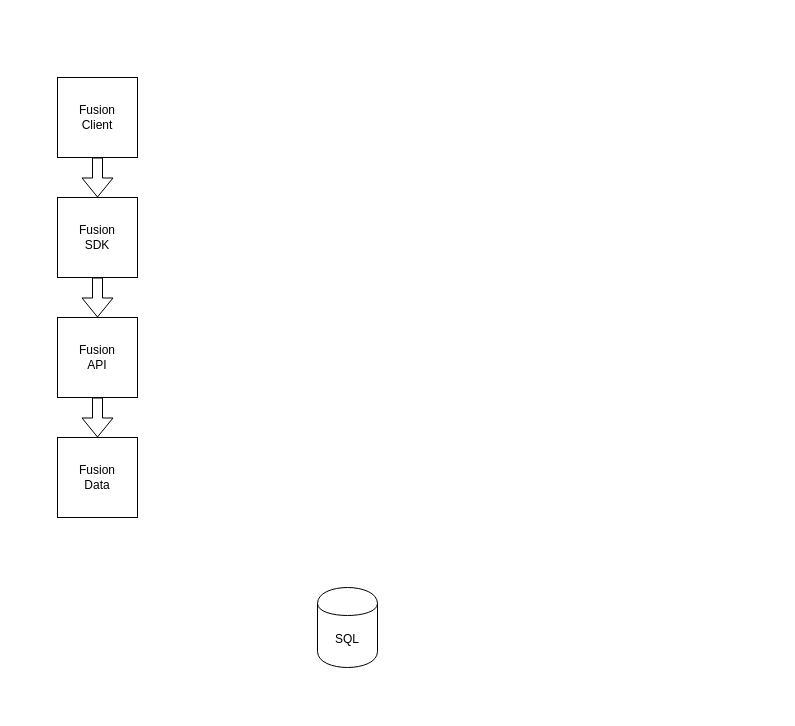
This is App Overview.drawio from hopgator/db, a draw.io file, before an edit. Source tidied: cells renumbered, new cells numbered last; positions are measured from the earlier drawing's top-left corner, leaving out a move shared by most shapes. Both pictures are drawn from the tidied source at 100%, with x=0, y=0 at pixel (57, 77).
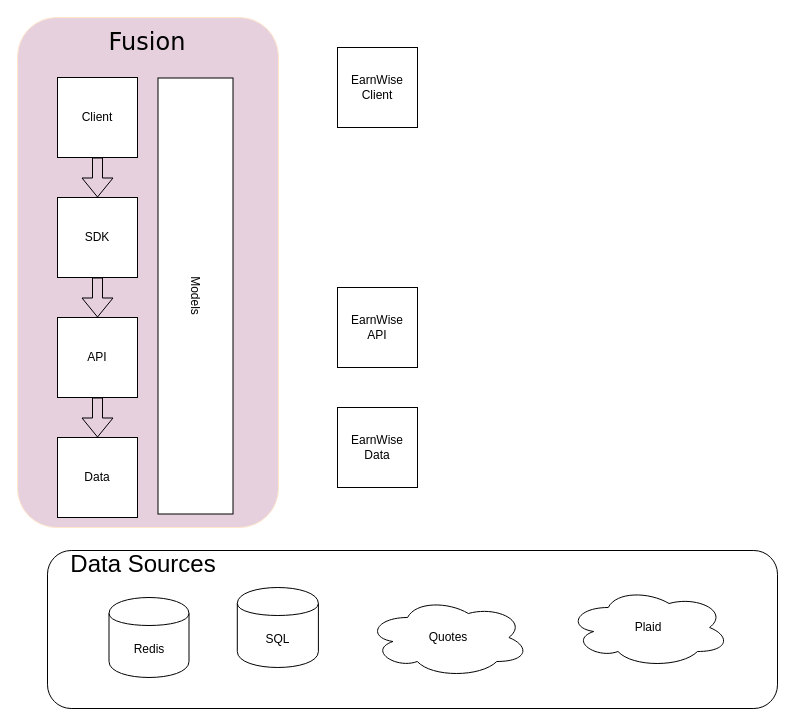
The same diagram, later.

Diff of the diagram source:
```diff
@@
+    <mxCell id="10" style="rounded=1;whiteSpace=wrap;html=1;" parent="1" vertex="1">
+      <mxGeometry x="-10" y="473" width="730" height="158" as="geometry" />
+    </mxCell>
+    <mxCell id="11" style="rounded=1;whiteSpace=wrap;html=1;fillColor=#E6D0DE;strokeColor=#FFE6CC;" parent="1" vertex="1">
+      <mxGeometry x="-40" y="-60" width="261" height="510" as="geometry" />
+    </mxCell>
@@
-    <mxCell id="3" value="Fusion&lt;br&gt;Client" style="whiteSpace=wrap;html=1;" parent="1" vertex="1">
+    <mxCell id="3" value="Client" style="whiteSpace=wrap;html=1;" parent="1" vertex="1">
       <mxGeometry width="80" height="80" as="geometry" />
     </mxCell>
@@
-    <mxCell id="5" value="Fusion&lt;br&gt;SDK&lt;br&gt;" style="whiteSpace=wrap;html=1;" parent="1" vertex="1">
+    <mxCell id="5" value="SDK&lt;br&gt;" style="whiteSpace=wrap;html=1;" parent="1" vertex="1">
       <mxGeometry y="120" width="80" height="80" as="geometry" />
     </mxCell>
@@
-    <mxCell id="7" value="Fusion&lt;br&gt;API&lt;br&gt;" style="whiteSpace=wrap;html=1;" parent="1" vertex="1">
+    <mxCell id="7" value="API&lt;br&gt;" style="whiteSpace=wrap;html=1;" parent="1" vertex="1">
       <mxGeometry y="240" width="80" height="80" as="geometry" />
     </mxCell>
-    <mxCell id="8" value="Fusion&lt;br&gt;Data&lt;br&gt;" style="whiteSpace=wrap;html=1;" parent="1" vertex="1">
+    <mxCell id="8" value="Data&lt;br&gt;" style="whiteSpace=wrap;html=1;" parent="1" vertex="1">
       <mxGeometry y="360" width="80" height="80" as="geometry" />
     </mxCell>
+    <mxCell id="12" value="EarnWise&lt;br&gt;Client&lt;br&gt;" style="whiteSpace=wrap;html=1;" parent="1" vertex="1">
+      <mxGeometry x="280" y="-30" width="80" height="80" as="geometry" />
+    </mxCell>
+    <mxCell id="13" value="EarnWise&lt;br&gt;API&lt;br&gt;" style="whiteSpace=wrap;html=1;" parent="1" vertex="1">
+      <mxGeometry x="280" y="210" width="80" height="80" as="geometry" />
+    </mxCell>
+    <mxCell id="14" value="EarnWise&lt;br&gt;Data&lt;br&gt;" style="whiteSpace=wrap;html=1;" parent="1" vertex="1">
+      <mxGeometry x="280" y="330" width="80" height="80" as="geometry" />
+    </mxCell>
+    <mxCell id="15" value="Models&lt;br&gt;" style="rounded=0;whiteSpace=wrap;html=1;rotation=90;" parent="1" vertex="1">
+      <mxGeometry x="-80" y="181" width="436" height="75" as="geometry" />
+    </mxCell>
+    <mxCell id="16" value="&lt;font style=&quot;font-size: 24px&quot; face=&quot;Verdana&quot;&gt;Fusion&lt;/font&gt;" style="text;html=1;strokeColor=none;fillColor=none;align=center;verticalAlign=middle;whiteSpace=wrap;rounded=0;" parent="1" vertex="1">
+      <mxGeometry x="20" y="-50" width="140" height="30" as="geometry" />
+    </mxCell>
+    <mxCell id="17" value="&lt;font style=&quot;font-size: 24px&quot;&gt;Data Sources&lt;/font&gt;" style="text;html=1;strokeColor=none;fillColor=none;align=center;verticalAlign=middle;whiteSpace=wrap;rounded=0;" parent="1" vertex="1">
+      <mxGeometry x="-28" y="470" width="228" height="33" as="geometry" />
+    </mxCell>
     <mxCell id="9" value="SQL" style="shape=cylinder;whiteSpace=wrap;html=1;boundedLbl=1;backgroundOutline=1;" parent="1" vertex="1">
-      <mxGeometry x="260" y="510" width="60" height="80" as="geometry" />
+      <mxGeometry x="179.8" y="510" width="81.1" height="80" as="geometry" />
     </mxCell>
+    <mxCell id="18" value="Quotes&lt;br&gt;" style="ellipse;shape=cloud;whiteSpace=wrap;html=1;" parent="1" vertex="1">
+      <mxGeometry x="309.5" y="520" width="162.2" height="80" as="geometry" />
+    </mxCell>
+    <mxCell id="19" value="Plaid&lt;br&gt;" style="ellipse;shape=cloud;whiteSpace=wrap;html=1;" parent="1" vertex="1">
+      <mxGeometry x="510.2" y="510" width="162.2" height="80" as="geometry" />
+    </mxCell>
+    <mxCell id="20" value="Redis" style="shape=cylinder;whiteSpace=wrap;html=1;boundedLbl=1;backgroundOutline=1;" parent="1" vertex="1">
+      <mxGeometry x="51.5" y="520" width="80" height="80" as="geometry" />
+    </mxCell>
```
